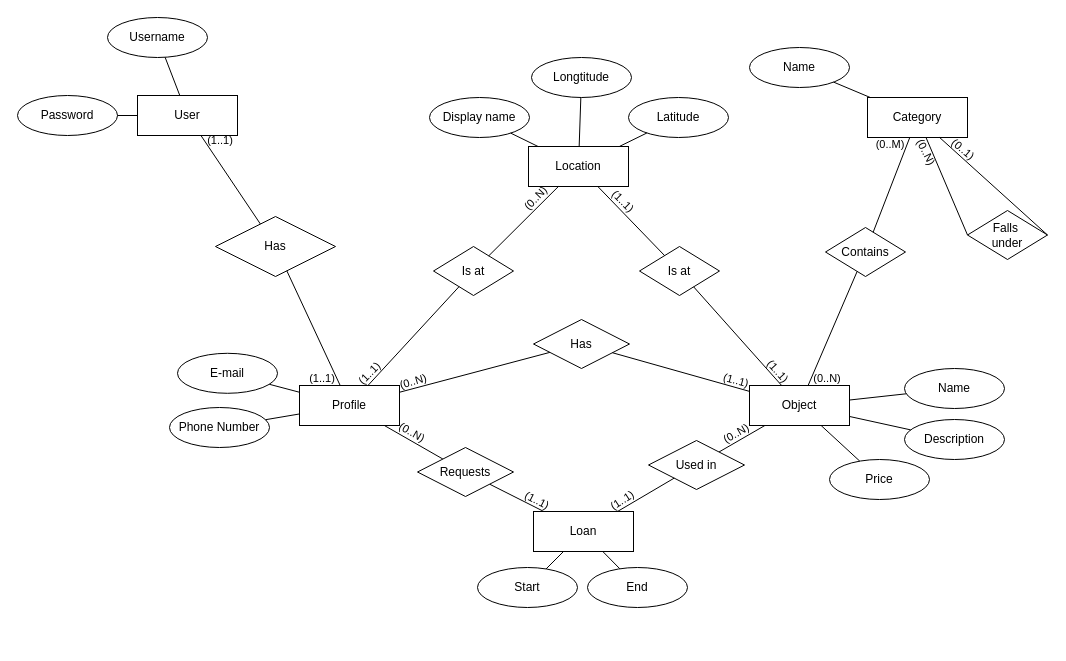
The draw.io diagram page "Conceptueel Model" (2 of 3) of analysis/Modellen.drawio in UCLL-Full-stack/project2425-group1-16, before the edit. Source tidied: cells renumbered, new cells numbered last; positions are measured from the earlier drawing's top-left corner, leaving out a move shared by most shapes. Both pictures are drawn from the tidied source at 100%, with x=0, y=0 at pixel (17, 17).
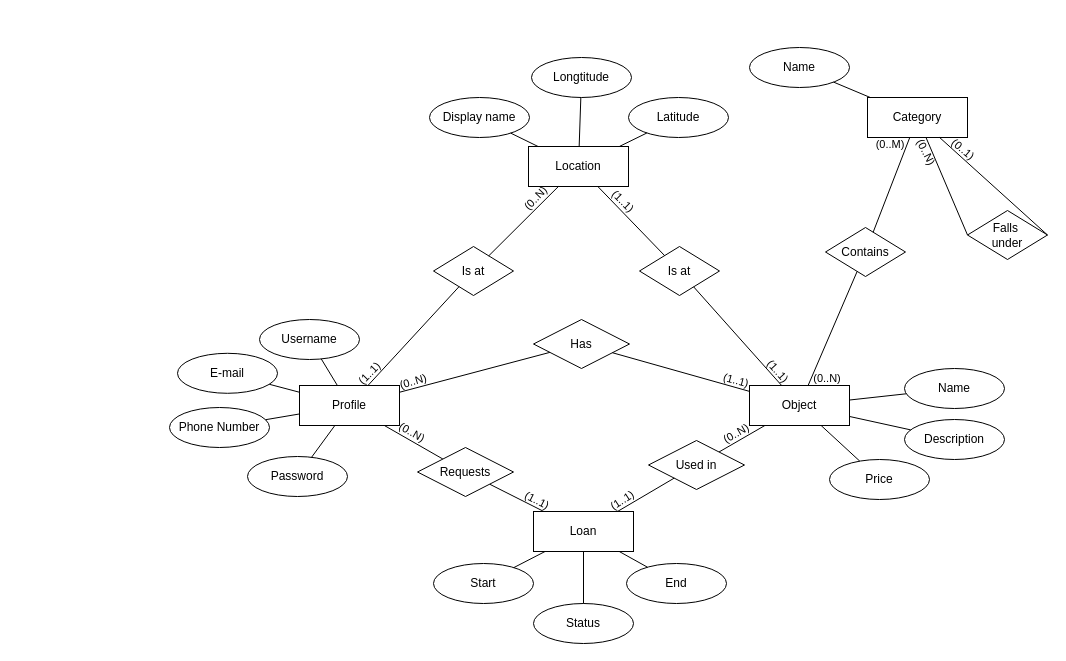
After the change.

Commit message (it also covers changes not shown here):
Merge User and Profile, add state to Loan

The change refers to these unchanged cells:
```xml
<mxCell id="31" value="Profile" style="whiteSpace=wrap;html=1;align=center;" parent="1" vertex="1">
  <mxGeometry x="282" y="368" width="100" height="40" as="geometry" />
</mxCell>
<mxCell id="54" value="Loan" style="whiteSpace=wrap;html=1;align=center;" parent="1" vertex="1">
  <mxGeometry x="516" y="494" width="100" height="40" as="geometry" />
</mxCell>
```

Diff of the diagram source:
```diff
@@
     <mxCell id="11" value="Username" style="ellipse;whiteSpace=wrap;html=1;align=center;" parent="1" vertex="1">
-      <mxGeometry x="90" width="100" height="40" as="geometry" />
+      <mxGeometry x="242" y="302" width="100" height="40" as="geometry" />
     </mxCell>
@@
     <mxCell id="14" value="Password" style="ellipse;whiteSpace=wrap;html=1;align=center;" parent="1" vertex="1">
-      <mxGeometry y="78" width="100" height="40" as="geometry" />
+      <mxGeometry x="230" y="439" width="100" height="40" as="geometry" />
     </mxCell>
@@
-    <mxCell id="17" style="endArrow=none;html=1;rounded=0;" parent="1" edge="1" source="29" target="11">
+    <mxCell id="17" style="endArrow=none;html=1;rounded=0;" parent="1" edge="1" source="31" target="11">
       <mxGeometry relative="1" as="geometry" />
     </mxCell>
-    <mxCell id="18" style="endArrow=none;html=1;rounded=0;" parent="1" edge="1" source="29" target="14">
+    <mxCell id="18" style="endArrow=none;html=1;rounded=0;" parent="1" edge="1" source="31" target="14">
       <mxGeometry relative="1" as="geometry" />
     </mxCell>
@@
     <mxCell id="25" value="End" style="ellipse;whiteSpace=wrap;html=1;align=center;" parent="1" vertex="1">
-      <mxGeometry x="570" y="550" width="100" height="40" as="geometry" />
+      <mxGeometry x="609" y="546" width="100" height="40" as="geometry" />
     </mxCell>
     <mxCell id="26" value="Start" style="ellipse;whiteSpace=wrap;html=1;align=center;" parent="1" vertex="1">
-      <mxGeometry x="460" y="550" width="100" height="40" as="geometry" />
+      <mxGeometry x="416" y="546" width="100" height="40" as="geometry" />
     </mxCell>
@@
-    <mxCell id="29" value="User" style="whiteSpace=wrap;html=1;align=center;" parent="1" vertex="1">
-      <mxGeometry x="120" y="78" width="100" height="40" as="geometry" />
-    </mxCell>
@@
-    <mxCell id="32" value="Has" style="shape=rhombus;perimeter=rhombusPerimeter;whiteSpace=wrap;html=1;align=center;" parent="1" vertex="1">
-      <mxGeometry x="198" y="199" width="120" height="60" as="geometry" />
-    </mxCell>
-    <mxCell id="33" style="endArrow=none;html=1;rounded=0;" parent="1" edge="1" source="32" target="31">
-      <mxGeometry relative="1" as="geometry" />
-    </mxCell>
-    <mxCell id="34" style="endArrow=none;html=1;rounded=0;" parent="1" edge="1" source="29" target="32">
-      <mxGeometry relative="1" as="geometry" />
-    </mxCell>
-    <mxCell id="35" value="&lt;font style=&quot;font-size: 11px;&quot;&gt;(1..1)&lt;/font&gt;" style="text;html=1;align=center;verticalAlign=middle;whiteSpace=wrap;rounded=0;rotation=0;" parent="1" vertex="1">
-      <mxGeometry x="193" y="113" width="20" height="20" as="geometry" />
-    </mxCell>
-    <mxCell id="36" value="&lt;font style=&quot;font-size: 11px;&quot;&gt;(1..1)&lt;/font&gt;" style="text;html=1;align=center;verticalAlign=middle;whiteSpace=wrap;rounded=0;rotation=0;" parent="1" vertex="1">
-      <mxGeometry x="295" y="351" width="20" height="20" as="geometry" />
-    </mxCell>
@@
+    <mxCell id="74" value="Status" style="ellipse;whiteSpace=wrap;html=1;align=center;" parent="1" vertex="1">
+      <mxGeometry x="516" y="586" width="100" height="40" as="geometry" />
+    </mxCell>
+    <mxCell id="75" style="endArrow=none;html=1;rounded=0;" parent="1" edge="1" source="54" target="74">
+      <mxGeometry relative="1" as="geometry" />
+    </mxCell>
```
